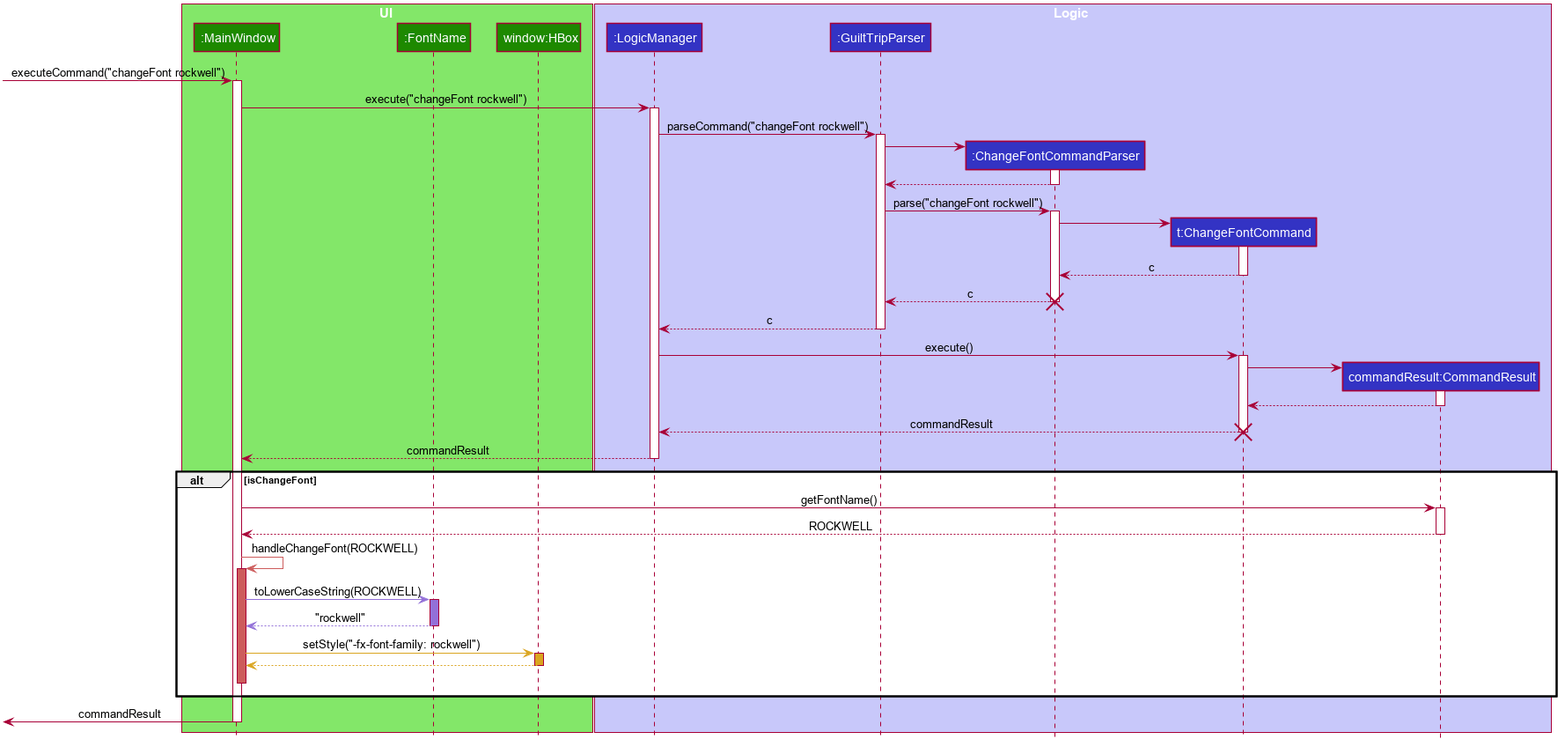
This is docs/images/ChangeFontSequenceDiagram.png from nus-cs2103-AY1920S1/addressbook-level3, a PlantUML export, as it was before one commit. Its diagram source:
```plantuml
@startuml










skinparam BackgroundColor #FFFFFFF

skinparam Shadowing false

skinparam Class {
    FontColor #FFFFFF
    BorderThickness 1
    BorderColor #FFFFFF
    StereotypeFontColor #FFFFFF
    FontName Arial
}

skinparam Actor {
    BorderColor #000000
    Color #000000
    FontName Arial
}

skinparam Sequence {
    MessageAlign center
    BoxFontSize 15
    BoxPadding 0
    BoxFontColor #FFFFFF
    FontName Arial
}

skinparam Participant {
    FontColor #FFFFFFF
    Padding 20
}

skinparam MinClassWidth 50
skinparam ParticipantPadding 10
skinparam Shadowing false
skinparam DefaultTextAlignment center
skinparam packageStyle Rectangle

hide footbox
hide members
hide circle

box UI #83E769
participant ":MainWindow" as MainWindow #1D8900
participant ":FontName" as FontName #1D8900
participant "window:HBox" as HBox #1D8900
end box


box Logic #C8C8FA
participant ":LogicManager" as LogicManager #3333C4
participant ":GuiltTripParser" as GuiltTripParser #3333C4
participant ":ChangeFontCommandParser" as ChangeFontCommandParser #3333C4
participant "t:ChangeFontCommand" as ChangeFontCommand #3333C4
participant "commandResult:CommandResult" as CommandResult #3333C4
end box

[-> MainWindow :executeCommand("changeFont rockwell")
activate MainWindow

MainWindow -> LogicManager : execute("changeFont rockwell")
activate LogicManager

LogicManager -> GuiltTripParser : parseCommand("changeFont rockwell")
activate GuiltTripParser

create ChangeFontCommandParser
GuiltTripParser -> ChangeFontCommandParser
activate ChangeFontCommandParser

ChangeFontCommandParser --> GuiltTripParser
deactivate ChangeFontCommandParser

GuiltTripParser -> ChangeFontCommandParser : parse("changeFont rockwell")
activate ChangeFontCommandParser

create ChangeFontCommand
ChangeFontCommandParser -> ChangeFontCommand
activate ChangeFontCommand

ChangeFontCommand --> ChangeFontCommandParser : c
deactivate ChangeFontCommand

ChangeFontCommandParser --> GuiltTripParser : c
deactivate ChangeFontCommandParser
destroy ChangeFontCommandParser

GuiltTripParser --> LogicManager : c
deactivate GuiltTripParser

LogicManager -> ChangeFontCommand : execute()
activate ChangeFontCommand

create CommandResult
ChangeFontCommand -> CommandResult
activate CommandResult

CommandResult --> ChangeFontCommand
deactivate CommandResult

ChangeFontCommand --> LogicManager : commandResult
deactivate ChangeFontCommand
destroy ChangeFontCommand

LogicManager --> MainWindow : commandResult
deactivate LogicManager

alt isChangeFont

MainWindow -> CommandResult : getFontName()
activate CommandResult

CommandResult --> MainWindow : ROCKWELL
deactivate CommandResult

MainWindow -[#IndianRed]> MainWindow : handleChangeFont(ROCKWELL)
activate MainWindow #IndianRed

MainWindow -[#MediumPurple]> FontName : toLowerCaseString(ROCKWELL)
activate FontName #MediumPurple

FontName -[#MediumPurple]-> MainWindow : "rockwell"
deactivate FontName

MainWindow -[#GoldenRod]> HBox : setStyle("-fx-font-family: rockwell")
activate HBox #GoldenRod

HBox --[#GoldenRod]> MainWindow
deactivate HBox

MainWindow -[hidden]> MainWindow
deactivate MainWindow

end

MainWindow ->[ : commandResult
deactivate MainWindow

@enduml
```
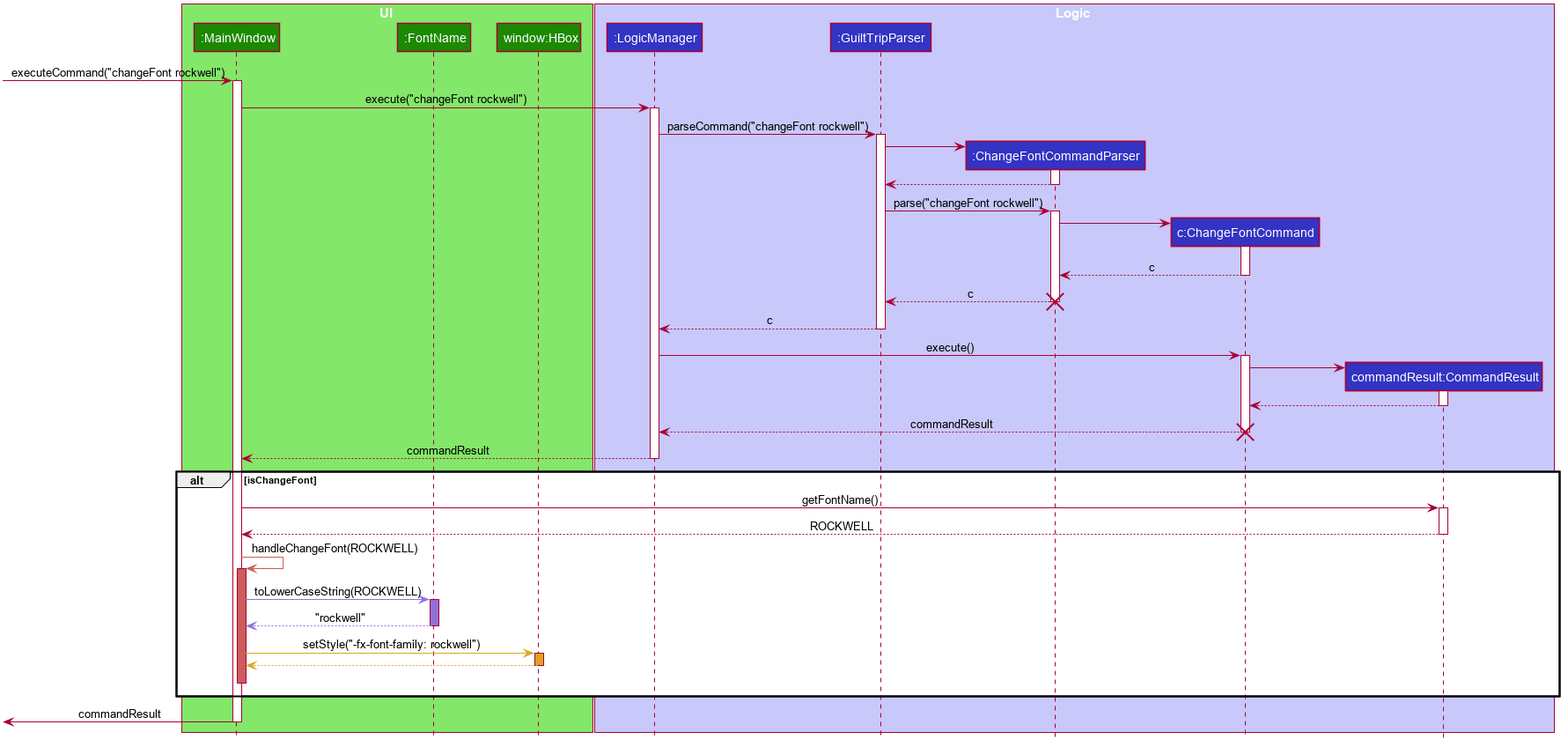
Above is the later version.

Commit message:
Add activity and sequence diagrams and implementation for SetLightTheme command in DG

What changed in the source:
```diff
@@ -61,7 +61,7 @@
 participant ":LogicManager" as LogicManager #3333C4
 participant ":GuiltTripParser" as GuiltTripParser #3333C4
 participant ":ChangeFontCommandParser" as ChangeFontCommandParser #3333C4
-participant "t:ChangeFontCommand" as ChangeFontCommand #3333C4
+participant "c:ChangeFontCommand" as ChangeFontCommand #3333C4
 participant "commandResult:CommandResult" as CommandResult #3333C4
 end box
 
```
